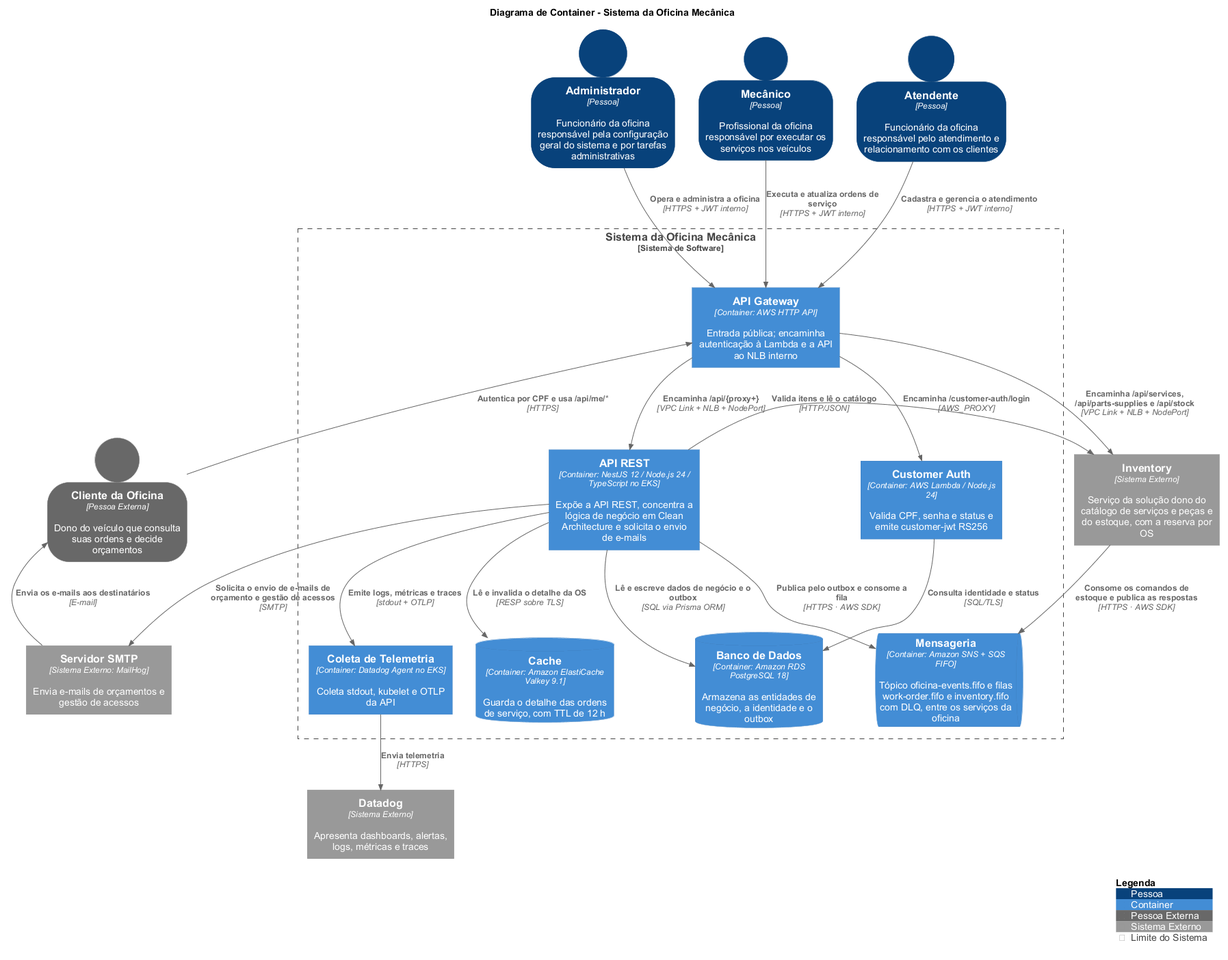
The PlantUML diagram docs/c4/images/c4-container.png in FIAP-15SOAT/oficina-mecanica-work-order-service, before a commit.
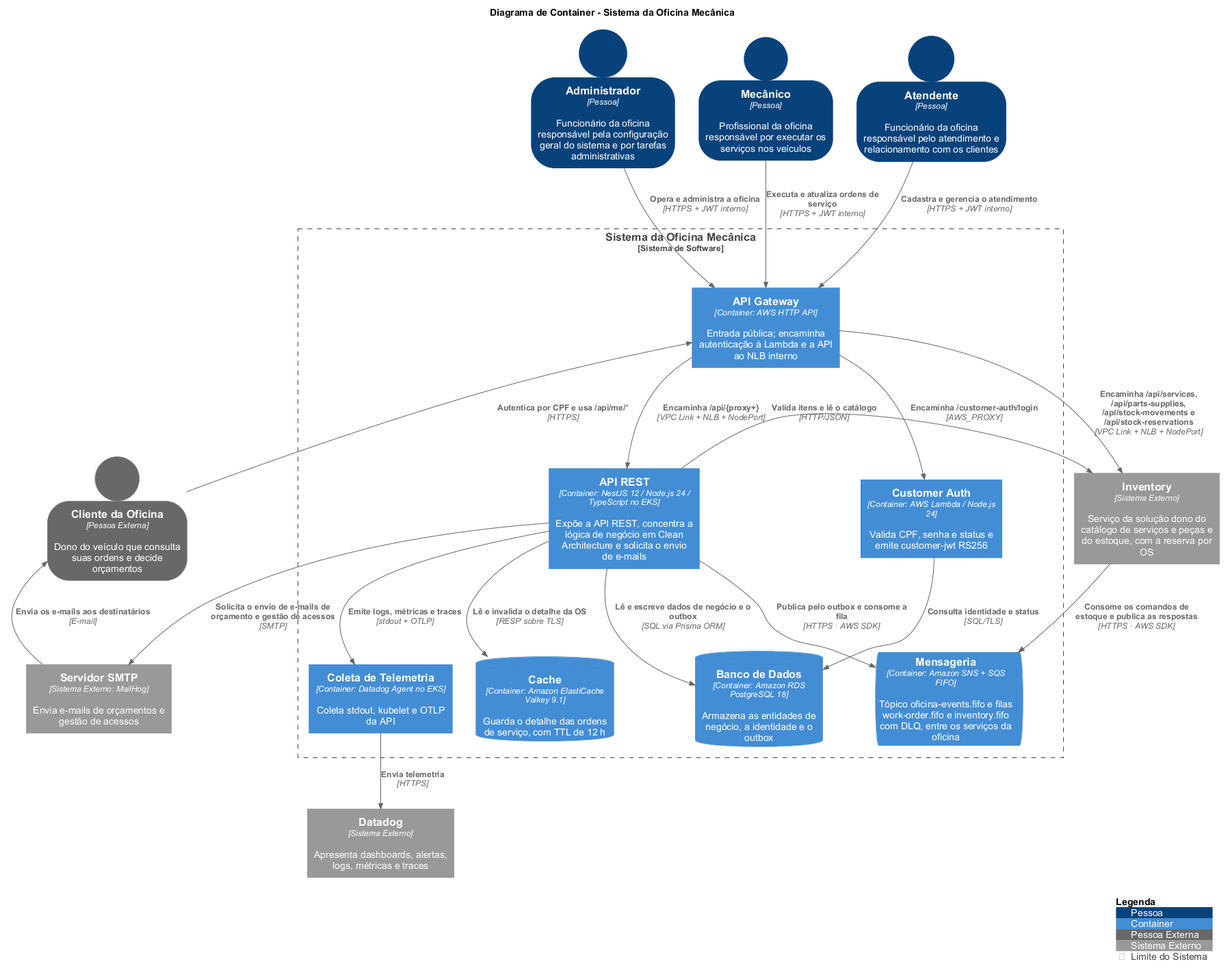
Later version of the same file.

Commit message:
docs: fix stock routes in c4 container diagram

The edit, as a diff of the source:
```diff
@@ -40,7 +40,7 @@
 
 Rel(gateway, api, "Encaminha /api/{proxy+}", "VPC Link + NLB + NodePort")
 Rel(gateway, auth, "Encaminha /customer-auth/login", "AWS_PROXY")
-Rel(gateway, inventory, "Encaminha /api/services, /api/parts-supplies e /api/stock", "VPC Link + NLB + NodePort")
+Rel(gateway, inventory, "Encaminha /api/services, /api/parts-supplies, /api/stock-movements e /api/stock-reservations", "VPC Link + NLB + NodePort")
 
 Rel(api, postgres, "Lê e escreve dados de negócio e o outbox", "SQL via Prisma ORM")
 Rel(api, cache, "Lê e invalida o detalhe da OS", "RESP sobre TLS")
```
